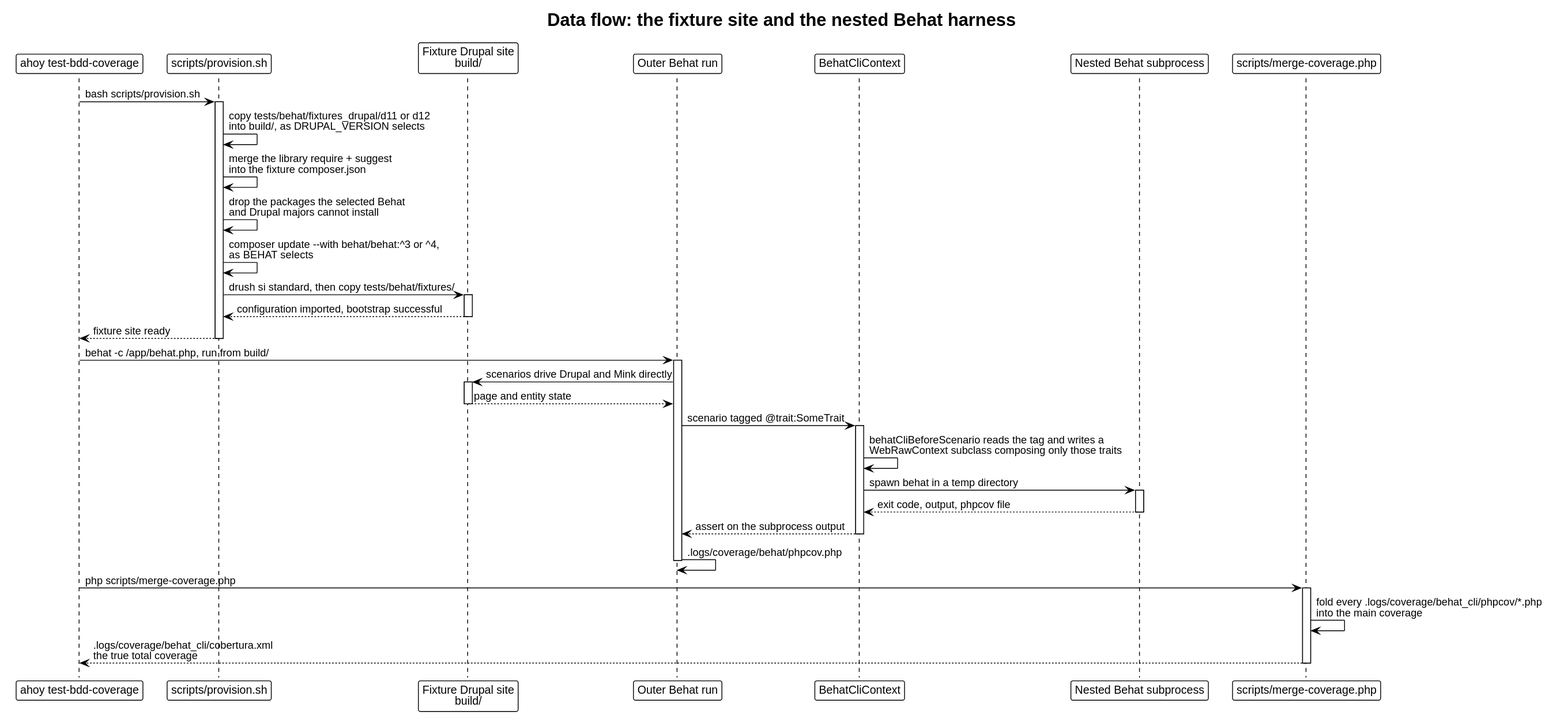
The PlantUML diagram docs/architecture/dataflow-tests.svg in drevops/behat-steps, before a commit.
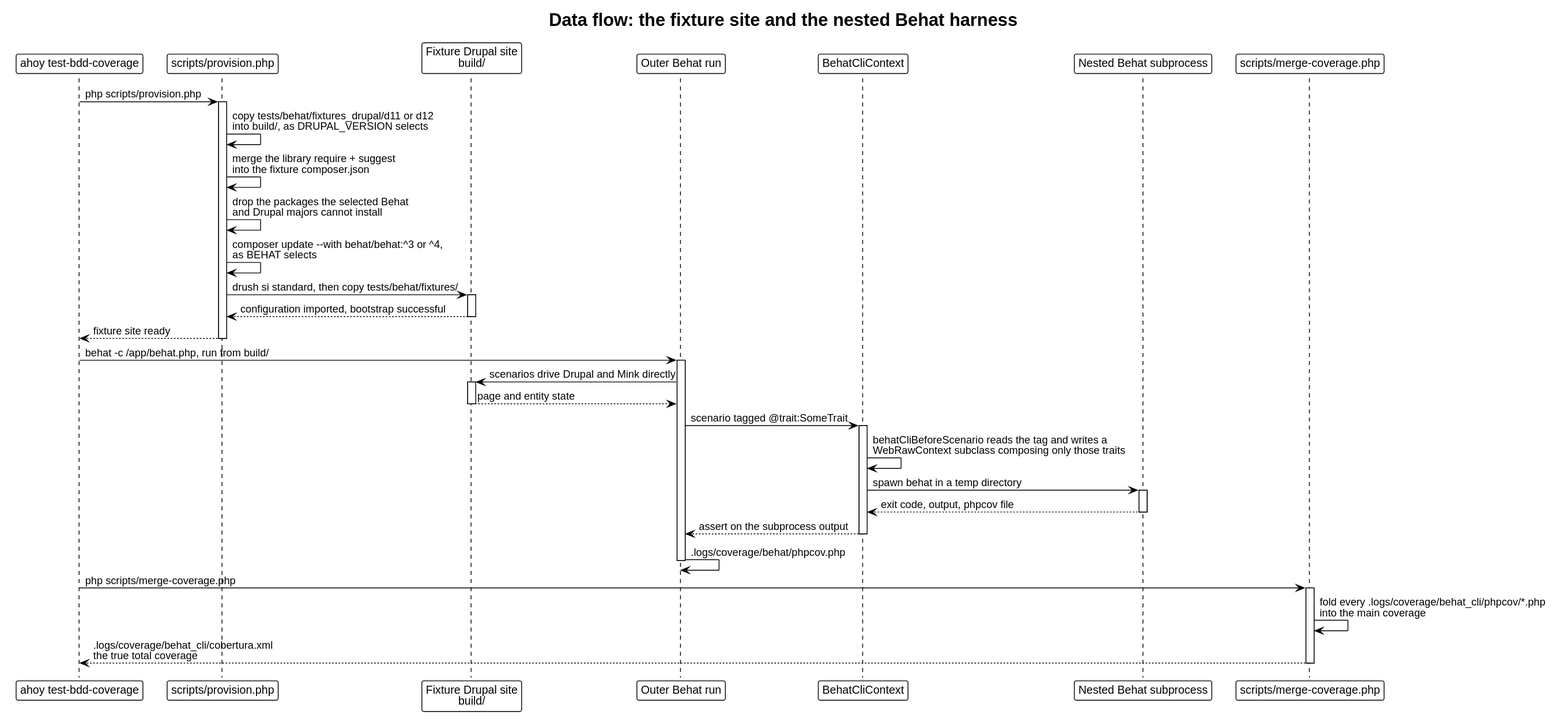
After the commit.

Commit message:
Retraced the fixture provisioning flow onto 'scripts/provision.php'.

What changed in the source:
```diff
@@ -6,14 +6,14 @@
 title Data flow: the fixture site and the nested Behat harness
 
 participant "ahoy test-bdd-coverage" as Dev
-participant "scripts/provision.sh" as Prov
+participant "scripts/provision.php" as Prov
 participant "Fixture Drupal site\nbuild/" as Site
 participant "Outer Behat run" as Behat
 participant "BehatCliContext" as Cli
 participant "Nested Behat subprocess" as Sub
 participant "scripts/merge-coverage.php" as Merge
 
-Dev -> Prov: bash scripts/provision.sh
+Dev -> Prov: php scripts/provision.php
 activate Prov
 Prov -> Prov: copy tests/behat/fixtures_drupal/d11 or d12\ninto build/, as DRUPAL_VERSION selects
 Prov -> Prov: merge the library require + suggest\ninto the fixture composer.json
```
